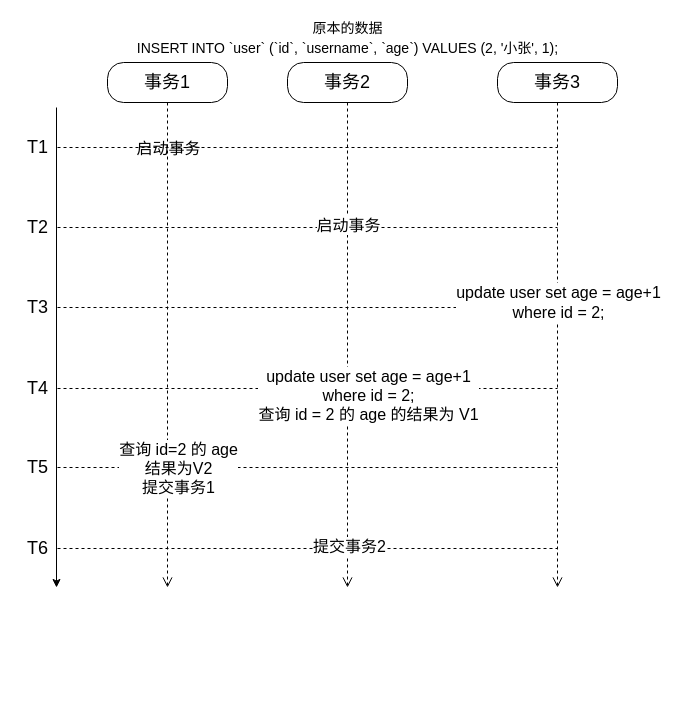
Earlier version of the draw.io diagram page "mysql-read-view-demo" (1 of 12) of mysql/mysql.drawio (boilingfrog/Go-POINT). Source tidied: cells renumbered, new cells numbered last; positions are measured from the earlier drawing's top-left corner, leaving out a move shared by most shapes. Both pictures are drawn from the tidied source at 100%, with x=0, y=0 at pixel (17, 17).
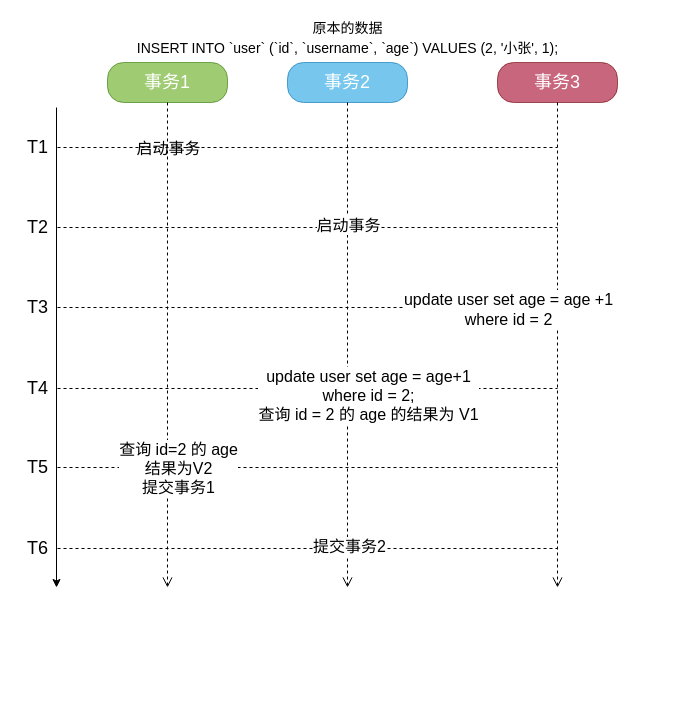
After the change.

Unchanged cells that the change refers to:
```xml
<mxCell id="25" style="edgeStyle=orthogonalEdgeStyle;html=1;verticalAlign=bottom;endArrow=open;endSize=8;fontSize=18;dashed=1;" parent="1" edge="1" source="24">
  <mxGeometry relative="1" as="geometry">
    <mxPoint x="540" y="570" as="targetPoint" />
  </mxGeometry>
</mxCell>
```

The edit, as a diff of the source:
```diff
@@
-    <mxCell id="7" value="事务1" style="rounded=1;whiteSpace=wrap;html=1;arcSize=40;fillStyle=auto;fontSize=18;" parent="1" vertex="1">
+    <mxCell id="7" value="事务1" style="rounded=1;whiteSpace=wrap;html=1;arcSize=40;fillStyle=auto;fontSize=18;fillColor=#60a917;fontColor=#ffffff;strokeColor=#2D7600;opacity=60;" parent="1" vertex="1">
       <mxGeometry x="90" y="45" width="120" height="40" as="geometry" />
     </mxCell>
@@
-    <mxCell id="9" value="事务2" style="rounded=1;whiteSpace=wrap;html=1;arcSize=40;fillStyle=auto;fontSize=18;" parent="1" vertex="1">
+    <mxCell id="9" value="事务2" style="rounded=1;whiteSpace=wrap;html=1;arcSize=40;fillStyle=auto;fontSize=18;fillColor=#1ba1e2;fontColor=#ffffff;strokeColor=#006EAF;opacity=60;" parent="1" vertex="1">
       <mxGeometry x="270" y="45" width="120" height="40" as="geometry" />
     </mxCell>
@@
-    <mxCell id="22" value="&lt;pre style=&quot;background-color: #2b2b2b ; color: #a9b7c6 ; font-family: &amp;#34;source code pro&amp;#34; , monospace ; font-size: 11.3pt&quot;&gt;&lt;br&gt;&lt;/pre&gt;" style="text;html=1;align=center;verticalAlign=middle;strokeColor=none;fillColor=none;fontSize=16;rounded=1;" parent="1" vertex="1">
-      <mxGeometry x="110" y="625" width="20" height="50" as="geometry" />
-    </mxCell>
@@
-    <mxCell id="24" value="事务3" style="rounded=1;whiteSpace=wrap;html=1;arcSize=40;fillStyle=auto;fontSize=18;" parent="1" vertex="1">
+    <mxCell id="24" value="事务3" style="rounded=1;whiteSpace=wrap;html=1;arcSize=40;fillStyle=auto;fontSize=18;fillColor=#a20025;fontColor=#ffffff;strokeColor=#6F0000;opacity=60;" parent="1" vertex="1">
       <mxGeometry x="480" y="45" width="120" height="40" as="geometry" />
     </mxCell>
@@
-    <mxCell id="26" value="&lt;font style=&quot;font-size: 16px;&quot;&gt;update user set age = age+1&lt;br&gt;where id = 2;&lt;/font&gt;" style="edgeLabel;html=1;align=center;verticalAlign=middle;rounded=1;fontSize=16;" parent="25" vertex="1">
-      <mxGeometry x="-0.24" relative="1" as="geometry">
-        <mxPoint y="15" as="offset" />
-      </mxGeometry>
-    </mxCell>
+    <mxCell id="29" value="update user set age = age +1&lt;br&gt;where id = 2" style="edgeLabel;html=1;align=center;verticalAlign=middle;fontSize=16;rounded=1;" parent="25" vertex="1">
+      <mxGeometry x="-0.15" y="3" relative="1" as="geometry">
+        <mxPoint x="-53" as="offset" />
+      </mxGeometry>
+    </mxCell>
```
